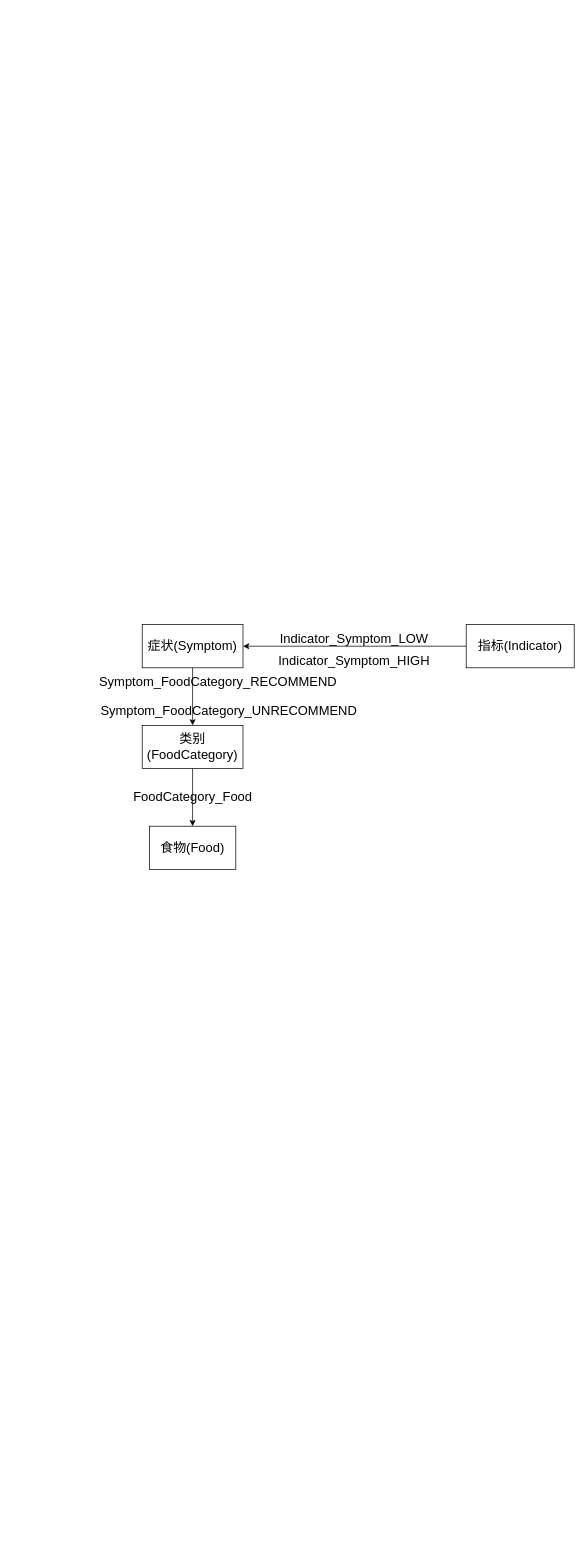
This is graph.drawio from OrangePower03/graduation, a draw.io file, before an edit. Source tidied: cells renumbered, new cells numbered last; positions are measured from the earlier drawing's top-left corner, leaving out a move shared by most shapes. Both pictures are drawn from the tidied source at 72%, with x=0, y=0 at pixel (91, 624).
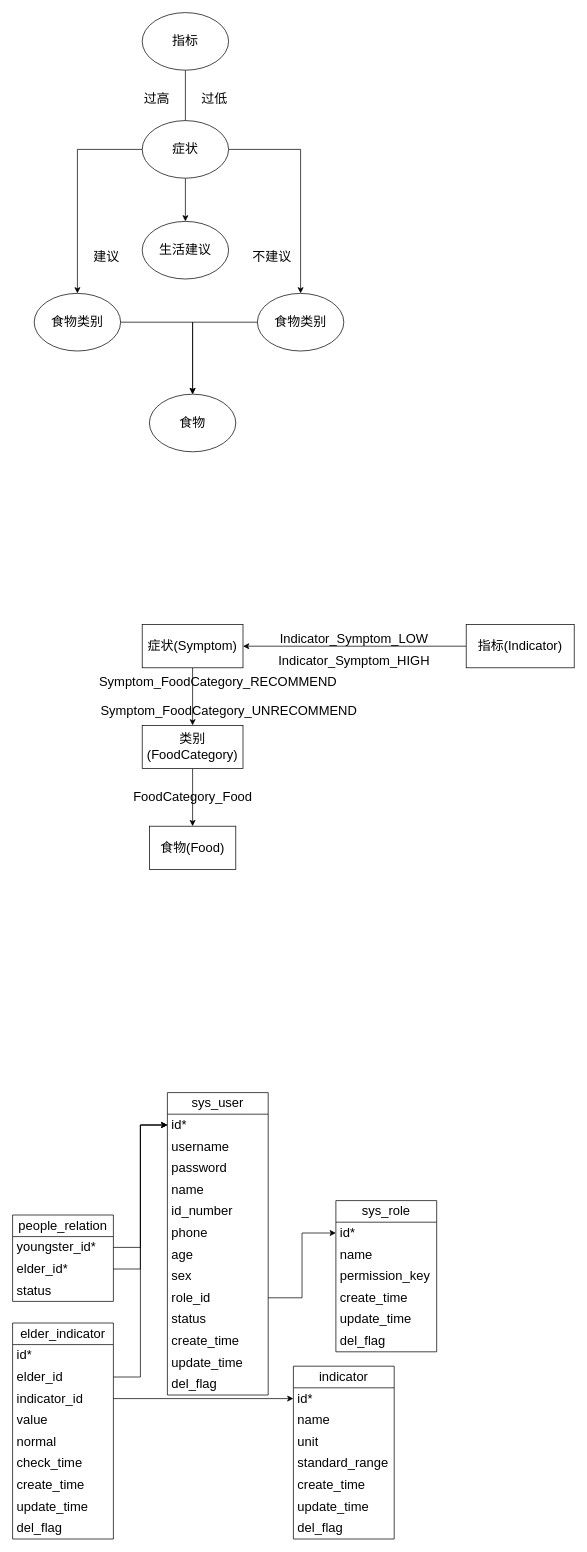
The same diagram, later.

What changed in the source:
```diff
@@
+    <mxCell id="14" value="&lt;font style=&quot;font-size: 18px;&quot;&gt;sys_user&lt;/font&gt;" style="swimlane;fontStyle=0;horizontal=1;startSize=30;whiteSpace=wrap;html=1;" parent="1" vertex="1">
+      <mxGeometry x="105" y="650" width="140" height="420" as="geometry" />
+    </mxCell>
+    <mxCell id="15" value="&lt;font style=&quot;font-size: 18px;&quot;&gt;id*&lt;/font&gt;" style="text;strokeColor=none;fillColor=none;align=left;verticalAlign=middle;spacingLeft=4;spacingRight=4;overflow=hidden;points=[[0,0.5],[1,0.5]];portConstraint=eastwest;whiteSpace=wrap;html=1;" parent="14" vertex="1">
+      <mxGeometry y="30" width="140" height="30" as="geometry" />
+    </mxCell>
+    <mxCell id="16" value="&lt;font style=&quot;font-size: 18px;&quot;&gt;username&lt;/font&gt;" style="text;strokeColor=none;fillColor=none;align=left;verticalAlign=middle;spacingLeft=4;spacingRight=4;overflow=hidden;whiteSpace=wrap;html=1;" parent="14" vertex="1">
+      <mxGeometry y="60" width="140" height="30" as="geometry" />
+    </mxCell>
+    <mxCell id="17" value="&lt;font style=&quot;font-size: 18px;&quot;&gt;password&lt;/font&gt;" style="text;strokeColor=none;fillColor=none;align=left;verticalAlign=middle;spacingLeft=4;spacingRight=4;overflow=hidden;whiteSpace=wrap;html=1;" parent="14" vertex="1">
+      <mxGeometry y="90" width="140" height="30" as="geometry" />
+    </mxCell>
+    <mxCell id="18" value="&lt;font style=&quot;font-size: 18px;&quot;&gt;name&lt;/font&gt;" style="text;strokeColor=none;fillColor=none;align=left;verticalAlign=middle;spacingLeft=4;spacingRight=4;overflow=hidden;whiteSpace=wrap;html=1;" parent="14" vertex="1">
+      <mxGeometry y="120" width="140" height="30" as="geometry" />
+    </mxCell>
+    <mxCell id="19" value="&lt;font style=&quot;font-size: 18px;&quot;&gt;id_number&lt;/font&gt;" style="text;strokeColor=none;fillColor=none;align=left;verticalAlign=middle;spacingLeft=4;spacingRight=4;overflow=hidden;whiteSpace=wrap;html=1;" parent="14" vertex="1">
+      <mxGeometry y="150" width="140" height="30" as="geometry" />
+    </mxCell>
+    <mxCell id="20" value="&lt;font style=&quot;font-size: 18px;&quot;&gt;phone&lt;/font&gt;" style="text;strokeColor=none;fillColor=none;align=left;verticalAlign=middle;spacingLeft=4;spacingRight=4;overflow=hidden;whiteSpace=wrap;html=1;" parent="14" vertex="1">
+      <mxGeometry y="180" width="140" height="30" as="geometry" />
+    </mxCell>
+    <mxCell id="21" value="&lt;font style=&quot;font-size: 18px;&quot;&gt;age&lt;/font&gt;" style="text;strokeColor=none;fillColor=none;align=left;verticalAlign=middle;spacingLeft=4;spacingRight=4;overflow=hidden;whiteSpace=wrap;html=1;" parent="14" vertex="1">
+      <mxGeometry y="210" width="140" height="30" as="geometry" />
+    </mxCell>
+    <mxCell id="22" value="&lt;font style=&quot;font-size: 18px;&quot;&gt;sex&lt;/font&gt;" style="text;strokeColor=none;fillColor=none;align=left;verticalAlign=middle;spacingLeft=4;spacingRight=4;overflow=hidden;whiteSpace=wrap;html=1;" parent="14" vertex="1">
+      <mxGeometry y="240" width="140" height="30" as="geometry" />
+    </mxCell>
+    <mxCell id="23" value="&lt;font style=&quot;font-size: 18px;&quot;&gt;role_id&lt;/font&gt;" style="text;strokeColor=none;fillColor=none;align=left;verticalAlign=middle;spacingLeft=4;spacingRight=4;overflow=hidden;points=[[0,0.5],[1,0.5]];portConstraint=eastwest;whiteSpace=wrap;html=1;" parent="14" vertex="1">
+      <mxGeometry y="270" width="140" height="30" as="geometry" />
+    </mxCell>
+    <mxCell id="24" value="&lt;font style=&quot;font-size: 18px;&quot;&gt;status&lt;/font&gt;" style="text;strokeColor=none;fillColor=none;align=left;verticalAlign=middle;spacingLeft=4;spacingRight=4;overflow=hidden;whiteSpace=wrap;html=1;" parent="14" vertex="1">
+      <mxGeometry y="300" width="140" height="30" as="geometry" />
+    </mxCell>
+    <mxCell id="25" value="&lt;font style=&quot;font-size: 18px;&quot;&gt;create_time&lt;/font&gt;" style="text;strokeColor=none;fillColor=none;align=left;verticalAlign=middle;spacingLeft=4;spacingRight=4;overflow=hidden;whiteSpace=wrap;html=1;" parent="14" vertex="1">
+      <mxGeometry y="330" width="140" height="30" as="geometry" />
+    </mxCell>
+    <mxCell id="26" value="&lt;font style=&quot;font-size: 18px;&quot;&gt;update_time&lt;/font&gt;" style="text;strokeColor=none;fillColor=none;align=left;verticalAlign=middle;spacingLeft=4;spacingRight=4;overflow=hidden;whiteSpace=wrap;html=1;" parent="14" vertex="1">
+      <mxGeometry y="360" width="140" height="30" as="geometry" />
+    </mxCell>
+    <mxCell id="27" value="&lt;font style=&quot;font-size: 18px;&quot;&gt;del_flag&lt;/font&gt;" style="text;strokeColor=none;fillColor=none;align=left;verticalAlign=middle;spacingLeft=4;spacingRight=4;overflow=hidden;whiteSpace=wrap;html=1;" parent="14" vertex="1">
+      <mxGeometry y="390" width="140" height="30" as="geometry" />
+    </mxCell>
+    <mxCell id="28" value="&lt;font style=&quot;font-size: 18px;&quot;&gt;sys_role&lt;/font&gt;" style="swimlane;fontStyle=0;horizontal=1;startSize=30;whiteSpace=wrap;html=1;" parent="1" vertex="1">
+      <mxGeometry x="339" y="800" width="140" height="210" as="geometry" />
+    </mxCell>
+    <mxCell id="29" value="&lt;font style=&quot;font-size: 18px;&quot;&gt;id*&lt;/font&gt;" style="text;strokeColor=none;fillColor=none;align=left;verticalAlign=middle;spacingLeft=4;spacingRight=4;overflow=hidden;points=[[0,0.5],[1,0.5]];portConstraint=eastwest;whiteSpace=wrap;html=1;" parent="28" vertex="1">
+      <mxGeometry y="30" width="140" height="30" as="geometry" />
+    </mxCell>
+    <mxCell id="30" value="&lt;font style=&quot;font-size: 18px;&quot;&gt;name&lt;/font&gt;" style="text;strokeColor=none;fillColor=none;align=left;verticalAlign=middle;spacingLeft=4;spacingRight=4;overflow=hidden;whiteSpace=wrap;html=1;" parent="28" vertex="1">
+      <mxGeometry y="60" width="140" height="30" as="geometry" />
+    </mxCell>
+    <mxCell id="31" value="&lt;font style=&quot;font-size: 18px;&quot;&gt;permission_key&lt;/font&gt;" style="text;strokeColor=none;fillColor=none;align=left;verticalAlign=middle;spacingLeft=4;spacingRight=4;overflow=hidden;whiteSpace=wrap;html=1;" parent="28" vertex="1">
+      <mxGeometry y="90" width="140" height="30" as="geometry" />
+    </mxCell>
+    <mxCell id="32" value="&lt;font style=&quot;font-size: 18px;&quot;&gt;create_time&lt;/font&gt;" style="text;strokeColor=none;fillColor=none;align=left;verticalAlign=middle;spacingLeft=4;spacingRight=4;overflow=hidden;whiteSpace=wrap;html=1;" parent="28" vertex="1">
+      <mxGeometry y="120" width="140" height="30" as="geometry" />
+    </mxCell>
+    <mxCell id="33" value="&lt;font style=&quot;font-size: 18px;&quot;&gt;update_time&lt;/font&gt;" style="text;strokeColor=none;fillColor=none;align=left;verticalAlign=middle;spacingLeft=4;spacingRight=4;overflow=hidden;whiteSpace=wrap;html=1;" parent="28" vertex="1">
+      <mxGeometry y="150" width="140" height="30" as="geometry" />
+    </mxCell>
+    <mxCell id="34" value="&lt;font style=&quot;font-size: 18px;&quot;&gt;del_flag&lt;/font&gt;" style="text;strokeColor=none;fillColor=none;align=left;verticalAlign=middle;spacingLeft=4;spacingRight=4;overflow=hidden;whiteSpace=wrap;html=1;" parent="28" vertex="1">
+      <mxGeometry y="180" width="140" height="30" as="geometry" />
+    </mxCell>
+    <mxCell id="35" style="edgeStyle=orthogonalEdgeStyle;rounded=0;jettySize=auto;html=1;fontSize=18;" parent="1" edge="1" source="23" target="29">
+      <mxGeometry relative="1" as="geometry" />
+    </mxCell>
+    <mxCell id="36" value="&lt;font style=&quot;font-size: 18px;&quot;&gt;people_relation&lt;/font&gt;" style="swimlane;fontStyle=0;horizontal=1;startSize=30;whiteSpace=wrap;html=1;" parent="1" vertex="1">
+      <mxGeometry x="-110" y="820" width="140" height="120" as="geometry" />
+    </mxCell>
+    <mxCell id="37" value="&lt;font style=&quot;font-size: 18px;&quot;&gt;youngster_id*&lt;/font&gt;" style="text;strokeColor=none;fillColor=none;align=left;verticalAlign=middle;spacingLeft=4;spacingRight=4;overflow=hidden;points=[[0,0.5],[1,0.5]];portConstraint=eastwest;whiteSpace=wrap;html=1;" parent="36" vertex="1">
+      <mxGeometry y="30" width="140" height="30" as="geometry" />
+    </mxCell>
+    <mxCell id="38" value="&lt;font style=&quot;font-size: 18px;&quot;&gt;elder_id*&lt;/font&gt;" style="text;strokeColor=none;fillColor=none;align=left;verticalAlign=middle;spacingLeft=4;spacingRight=4;overflow=hidden;points=[[0,0.5],[1,0.5]];portConstraint=eastwest;whiteSpace=wrap;html=1;" parent="36" vertex="1">
+      <mxGeometry y="60" width="140" height="30" as="geometry" />
+    </mxCell>
+    <mxCell id="39" value="&lt;font style=&quot;font-size: 18px;&quot;&gt;status&lt;/font&gt;" style="text;strokeColor=none;fillColor=none;align=left;verticalAlign=middle;spacingLeft=4;spacingRight=4;overflow=hidden;whiteSpace=wrap;html=1;" parent="36" vertex="1">
+      <mxGeometry y="90" width="140" height="30" as="geometry" />
+    </mxCell>
+    <mxCell id="40" style="edgeStyle=orthogonalEdgeStyle;rounded=0;jettySize=auto;html=1;fontSize=18;" parent="1" edge="1" source="37" target="15">
+      <mxGeometry relative="1" as="geometry" />
+    </mxCell>
+    <mxCell id="41" style="edgeStyle=orthogonalEdgeStyle;rounded=0;jettySize=auto;html=1;entryX=0;entryY=0.5;entryDx=0;entryDy=0;fontSize=18;" parent="1" edge="1" source="38" target="15">
+      <mxGeometry relative="1" as="geometry" />
+    </mxCell>
+    <mxCell id="42" value="&lt;font style=&quot;font-size: 18px;&quot;&gt;indicator&lt;/font&gt;" style="swimlane;fontStyle=0;horizontal=1;startSize=30;whiteSpace=wrap;html=1;" parent="1" vertex="1">
+      <mxGeometry x="280" y="1030" width="140" height="240" as="geometry" />
+    </mxCell>
+    <mxCell id="43" value="&lt;font style=&quot;font-size: 18px;&quot;&gt;id*&lt;/font&gt;" style="text;strokeColor=none;fillColor=none;align=left;verticalAlign=middle;spacingLeft=4;spacingRight=4;overflow=hidden;points=[[0,0.5],[1,0.5]];portConstraint=eastwest;whiteSpace=wrap;html=1;" parent="42" vertex="1">
+      <mxGeometry y="30" width="140" height="30" as="geometry" />
+    </mxCell>
+    <mxCell id="44" value="&lt;font style=&quot;font-size: 18px;&quot;&gt;name&lt;/font&gt;" style="text;strokeColor=none;fillColor=none;align=left;verticalAlign=middle;spacingLeft=4;spacingRight=4;overflow=hidden;whiteSpace=wrap;html=1;" parent="42" vertex="1">
+      <mxGeometry y="60" width="140" height="30" as="geometry" />
+    </mxCell>
+    <mxCell id="45" value="&lt;font style=&quot;font-size: 18px;&quot;&gt;unit&lt;/font&gt;" style="text;strokeColor=none;fillColor=none;align=left;verticalAlign=middle;spacingLeft=4;spacingRight=4;overflow=hidden;whiteSpace=wrap;html=1;" parent="42" vertex="1">
+      <mxGeometry y="90" width="140" height="30" as="geometry" />
+    </mxCell>
+    <mxCell id="46" value="&lt;font style=&quot;font-size: 18px;&quot;&gt;standard_range&lt;/font&gt;" style="text;strokeColor=none;fillColor=none;align=left;verticalAlign=middle;spacingLeft=4;spacingRight=4;overflow=hidden;whiteSpace=wrap;html=1;" parent="42" vertex="1">
+      <mxGeometry y="120" width="140" height="30" as="geometry" />
+    </mxCell>
+    <mxCell id="47" value="&lt;font style=&quot;font-size: 18px;&quot;&gt;create_time&lt;/font&gt;" style="text;strokeColor=none;fillColor=none;align=left;verticalAlign=middle;spacingLeft=4;spacingRight=4;overflow=hidden;whiteSpace=wrap;html=1;" parent="42" vertex="1">
+      <mxGeometry y="150" width="140" height="30" as="geometry" />
+    </mxCell>
+    <mxCell id="48" value="&lt;font style=&quot;font-size: 18px;&quot;&gt;update_time&lt;/font&gt;" style="text;strokeColor=none;fillColor=none;align=left;verticalAlign=middle;spacingLeft=4;spacingRight=4;overflow=hidden;whiteSpace=wrap;html=1;" parent="42" vertex="1">
+      <mxGeometry y="180" width="140" height="30" as="geometry" />
+    </mxCell>
+    <mxCell id="49" value="&lt;font style=&quot;font-size: 18px;&quot;&gt;del_flag&lt;/font&gt;" style="text;strokeColor=none;fillColor=none;align=left;verticalAlign=middle;spacingLeft=4;spacingRight=4;overflow=hidden;whiteSpace=wrap;html=1;" parent="42" vertex="1">
+      <mxGeometry y="210" width="140" height="30" as="geometry" />
+    </mxCell>
+    <mxCell id="50" value="&lt;font style=&quot;font-size: 18px;&quot;&gt;elder_indicator&lt;/font&gt;" style="swimlane;fontStyle=0;horizontal=1;startSize=30;whiteSpace=wrap;html=1;" parent="1" vertex="1">
+      <mxGeometry x="-110" y="970" width="140" height="300" as="geometry" />
+    </mxCell>
+    <mxCell id="51" value="&lt;font style=&quot;font-size: 18px;&quot;&gt;id*&lt;/font&gt;" style="text;strokeColor=none;fillColor=none;align=left;verticalAlign=middle;spacingLeft=4;spacingRight=4;overflow=hidden;whiteSpace=wrap;html=1;" parent="50" vertex="1">
+      <mxGeometry y="30" width="140" height="30" as="geometry" />
+    </mxCell>
+    <mxCell id="52" value="&lt;font style=&quot;font-size: 18px;&quot;&gt;elder_id&lt;/font&gt;" style="text;strokeColor=none;fillColor=none;align=left;verticalAlign=middle;spacingLeft=4;spacingRight=4;overflow=hidden;points=[[0,0.5],[1,0.5]];portConstraint=eastwest;whiteSpace=wrap;html=1;" parent="50" vertex="1">
+      <mxGeometry y="60" width="140" height="30" as="geometry" />
+    </mxCell>
+    <mxCell id="53" value="&lt;font style=&quot;font-size: 18px;&quot;&gt;indicator_id&lt;/font&gt;" style="text;strokeColor=none;fillColor=none;align=left;verticalAlign=middle;spacingLeft=4;spacingRight=4;overflow=hidden;points=[[0,0.5],[1,0.5]];portConstraint=eastwest;whiteSpace=wrap;html=1;" parent="50" vertex="1">
+      <mxGeometry y="90" width="140" height="30" as="geometry" />
+    </mxCell>
+    <mxCell id="54" value="&lt;font style=&quot;font-size: 18px;&quot;&gt;value&lt;/font&gt;" style="text;strokeColor=none;fillColor=none;align=left;verticalAlign=middle;spacingLeft=4;spacingRight=4;overflow=hidden;whiteSpace=wrap;html=1;" parent="50" vertex="1">
+      <mxGeometry y="120" width="140" height="30" as="geometry" />
+    </mxCell>
+    <mxCell id="55" value="&lt;font style=&quot;font-size: 18px;&quot;&gt;normal&lt;/font&gt;" style="text;strokeColor=none;fillColor=none;align=left;verticalAlign=middle;spacingLeft=4;spacingRight=4;overflow=hidden;whiteSpace=wrap;html=1;" parent="50" vertex="1">
+      <mxGeometry y="150" width="140" height="30" as="geometry" />
+    </mxCell>
+    <mxCell id="56" value="&lt;font style=&quot;font-size: 18px;&quot;&gt;check_time&lt;/font&gt;" style="text;strokeColor=none;fillColor=none;align=left;verticalAlign=middle;spacingLeft=4;spacingRight=4;overflow=hidden;whiteSpace=wrap;html=1;" parent="50" vertex="1">
+      <mxGeometry y="180" width="140" height="30" as="geometry" />
+    </mxCell>
+    <mxCell id="57" value="&lt;font style=&quot;font-size: 18px;&quot;&gt;create_time&lt;/font&gt;" style="text;strokeColor=none;fillColor=none;align=left;verticalAlign=middle;spacingLeft=4;spacingRight=4;overflow=hidden;whiteSpace=wrap;html=1;" parent="50" vertex="1">
+      <mxGeometry y="210" width="140" height="30" as="geometry" />
+    </mxCell>
+    <mxCell id="58" value="&lt;font style=&quot;font-size: 18px;&quot;&gt;update_time&lt;/font&gt;" style="text;strokeColor=none;fillColor=none;align=left;verticalAlign=middle;spacingLeft=4;spacingRight=4;overflow=hidden;whiteSpace=wrap;html=1;" parent="50" vertex="1">
+      <mxGeometry y="240" width="140" height="30" as="geometry" />
+    </mxCell>
+    <mxCell id="59" value="&lt;font style=&quot;font-size: 18px;&quot;&gt;del_flag&lt;/font&gt;" style="text;strokeColor=none;fillColor=none;align=left;verticalAlign=middle;spacingLeft=4;spacingRight=4;overflow=hidden;whiteSpace=wrap;html=1;" parent="50" vertex="1">
+      <mxGeometry y="270" width="140" height="30" as="geometry" />
+    </mxCell>
+    <mxCell id="60" style="edgeStyle=orthogonalEdgeStyle;rounded=0;jettySize=auto;html=1;entryX=0;entryY=0.5;entryDx=0;entryDy=0;fontSize=18;" parent="1" edge="1" source="52" target="15">
+      <mxGeometry relative="1" as="geometry" />
+    </mxCell>
+    <mxCell id="61" style="edgeStyle=orthogonalEdgeStyle;rounded=0;jettySize=auto;html=1;fontSize=18;" parent="1" edge="1" source="53" target="43">
+      <mxGeometry relative="1" as="geometry" />
+    </mxCell>
+    <mxCell id="62" style="edgeStyle=orthogonalEdgeStyle;rounded=0;jettySize=auto;html=1;entryX=0.5;entryY=0;entryDx=0;entryDy=0;fontSize=18;" parent="1" edge="1" source="63">
+      <mxGeometry relative="1" as="geometry">
+        <mxPoint x="130" y="-640" as="targetPoint" />
+      </mxGeometry>
+    </mxCell>
+    <mxCell id="63" value="指标" style="ellipse;whiteSpace=wrap;html=1;fontSize=18;" parent="1" vertex="1">
+      <mxGeometry x="70" y="-850" width="120" height="80" as="geometry" />
+    </mxCell>
+    <mxCell id="64" style="edgeStyle=orthogonalEdgeStyle;rounded=0;jettySize=auto;html=1;fontSize=18;" parent="1" edge="1" source="67" target="71">
+      <mxGeometry relative="1" as="geometry" />
+    </mxCell>
+    <mxCell id="65" style="edgeStyle=orthogonalEdgeStyle;rounded=0;jettySize=auto;html=1;fontSize=18;" parent="1" edge="1" source="67" target="74">
+      <mxGeometry relative="1" as="geometry" />
+    </mxCell>
+    <mxCell id="66" style="edgeStyle=orthogonalEdgeStyle;rounded=0;jettySize=auto;html=1;fontSize=18;" parent="1" edge="1" source="67" target="77">
+      <mxGeometry relative="1" as="geometry" />
+    </mxCell>
+    <mxCell id="67" value="症状" style="ellipse;whiteSpace=wrap;html=1;fontSize=18;" parent="1" vertex="1">
+      <mxGeometry x="70" y="-700" width="120" height="80" as="geometry" />
+    </mxCell>
+    <mxCell id="68" value="过低" style="text;html=1;align=center;verticalAlign=middle;strokeColor=none;fillColor=none;fontSize=18;" parent="1" vertex="1">
+      <mxGeometry x="140" y="-750" width="60" height="40" as="geometry" />
+    </mxCell>
+    <mxCell id="69" value="过高" style="text;html=1;align=center;verticalAlign=middle;strokeColor=none;fillColor=none;fontSize=18;" parent="1" vertex="1">
+      <mxGeometry x="60" y="-750" width="60" height="40" as="geometry" />
+    </mxCell>
+    <mxCell id="70" style="edgeStyle=orthogonalEdgeStyle;rounded=0;jettySize=auto;html=1;entryX=0.5;entryY=0;entryDx=0;entryDy=0;fontSize=18;" parent="1" edge="1" source="71" target="76">
+      <mxGeometry relative="1" as="geometry" />
+    </mxCell>
+    <mxCell id="71" value="食物类别" style="ellipse;whiteSpace=wrap;html=1;fontSize=18;" parent="1" vertex="1">
+      <mxGeometry x="-80" y="-460" width="120" height="80" as="geometry" />
+    </mxCell>
+    <mxCell id="72" value="建议" style="text;html=1;align=center;verticalAlign=middle;strokeColor=none;fillColor=none;fontSize=18;" parent="1" vertex="1">
+      <mxGeometry x="-10" y="-530" width="60" height="40" as="geometry" />
+    </mxCell>
+    <mxCell id="73" style="edgeStyle=orthogonalEdgeStyle;rounded=0;jettySize=auto;html=1;fontSize=18;" parent="1" edge="1" source="74" target="76">
+      <mxGeometry relative="1" as="geometry" />
+    </mxCell>
+    <mxCell id="74" value="食物类别" style="ellipse;whiteSpace=wrap;html=1;fontSize=18;" parent="1" vertex="1">
+      <mxGeometry x="230" y="-460" width="120" height="80" as="geometry" />
+    </mxCell>
+    <mxCell id="75" value="不建议" style="text;html=1;align=center;verticalAlign=middle;strokeColor=none;fillColor=none;fontSize=18;" parent="1" vertex="1">
+      <mxGeometry x="210" y="-530" width="80" height="40" as="geometry" />
+    </mxCell>
+    <mxCell id="76" value="食物" style="ellipse;whiteSpace=wrap;html=1;fontSize=18;" parent="1" vertex="1">
+      <mxGeometry x="80" y="-320" width="120" height="80" as="geometry" />
+    </mxCell>
+    <mxCell id="77" value="生活建议" style="ellipse;whiteSpace=wrap;html=1;fontSize=18;" parent="1" vertex="1">
+      <mxGeometry x="70" y="-560" width="120" height="80" as="geometry" />
+    </mxCell>
```
